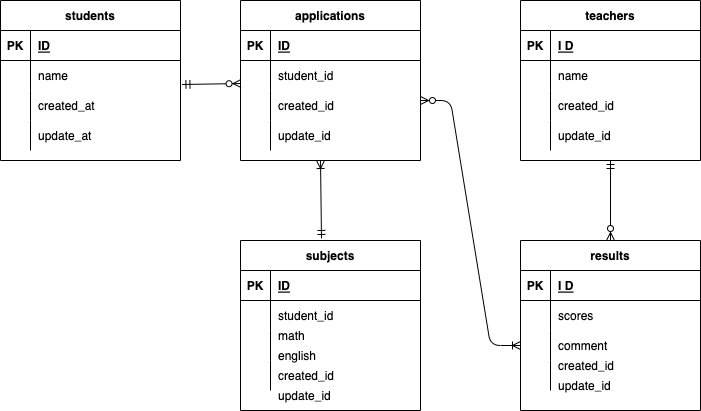
Earlier version of the draw.io export index.drawio.png (FukumuraTakayuki/20221019ERtest). Source tidied: cells renumbered, new cells last; positions are measured from the earlier drawing's top-left corner, leaving out a move shared by most shapes.
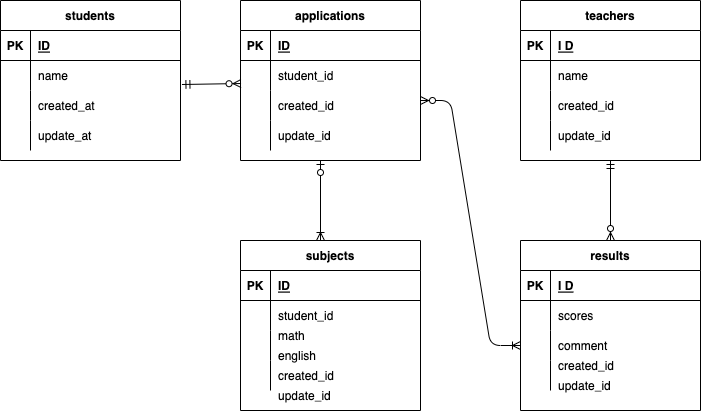
The same file after the commit.

What changed in the source:
```diff
@@ -221,15 +221,16 @@
     <mxCell id="74" value="math" style="shape=partialRectangle;fillColor=none;top=0;left=0;bottom=0;right=0;align=left;spacingLeft=6;overflow=hidden;" parent="1" vertex="1">
       <mxGeometry x="270" y="320" width="150" height="30" as="geometry" />
     </mxCell>
-    <mxCell id="75" style="fontSize=12;html=1;endArrow=ERoneToMany;startArrow=ERmandOne;exitX=0.45;exitY=-0.012;exitDx=0;exitDy=0;exitPerimeter=0;" parent="1" edge="1" source="28">
-      <mxGeometry relative="1" as="geometry">
-        <mxPoint x="320" y="160" as="targetPoint" />
-      </mxGeometry>
-    </mxCell>
     <mxCell id="76" style="edgeStyle=entityRelationEdgeStyle;fontSize=12;html=1;endArrow=ERoneToMany;startArrow=ERzeroToMany;entryX=0;entryY=0.5;entryDx=0;entryDy=0;" parent="1" edge="1" target="48">
       <mxGeometry relative="1" as="geometry">
         <mxPoint x="420" y="100" as="sourcePoint" />
       </mxGeometry>
     </mxCell>
+    <mxCell id="77" style="fontSize=12;html=1;endArrow=ERoneToMany;startArrow=ERzeroToOne;" parent="1" edge="1">
+      <mxGeometry relative="1" as="geometry">
+        <mxPoint x="320" y="160" as="sourcePoint" />
+        <mxPoint x="320" y="240" as="targetPoint" />
+      </mxGeometry>
+    </mxCell>
   </root>
 </mxGraphModel>
```
